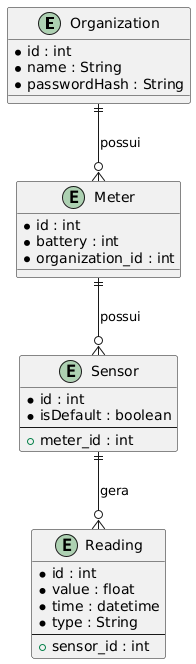
carlosManoelWendorff1/cloudyMeter keeps this PlantUML diagram as diagrams/diagrama ER.png. Above is the earlier version.
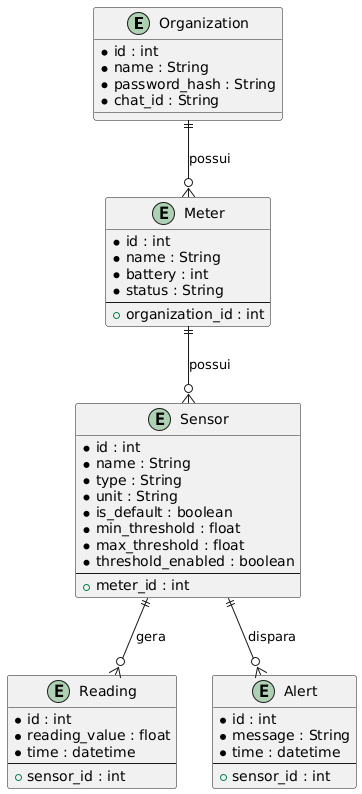
After the change.

Diff of the diagram source:
```diff
@@ -2,27 +2,44 @@
 entity Organization {
   * id : int
   * name : String
-  * passwordHash : String
+  * password_hash : String
+  * chat_id : String
 }
 
 entity Meter {
   * id : int
+  * name : String
   * battery : int
-  * organization_id : int
+  * status : String
+  --
+  + organization_id : int
 }
 
 entity Sensor {
   * id : int
-  * isDefault : boolean
+  * name : String
+  * type : String
+  * unit : String
+  * is_default : boolean
+  * min_threshold : float
+  * max_threshold : float
+  * threshold_enabled : boolean
   --
   + meter_id : int
 }
 
 entity Reading {
   * id : int
-  * value : float
+  * reading_value : float
   * time : datetime
-  * type : String
+  --
+  + sensor_id : int
+}
+
+entity Alert {
+  * id : int
+  * message : String
+  * time : datetime
   --
   + sensor_id : int
 }
@@ -30,4 +47,5 @@
 Organization ||--o{ Meter : possui
 Meter ||--o{ Sensor : possui
 Sensor ||--o{ Reading : gera
+Sensor ||--o{ Alert : dispara
 @enduml
```
